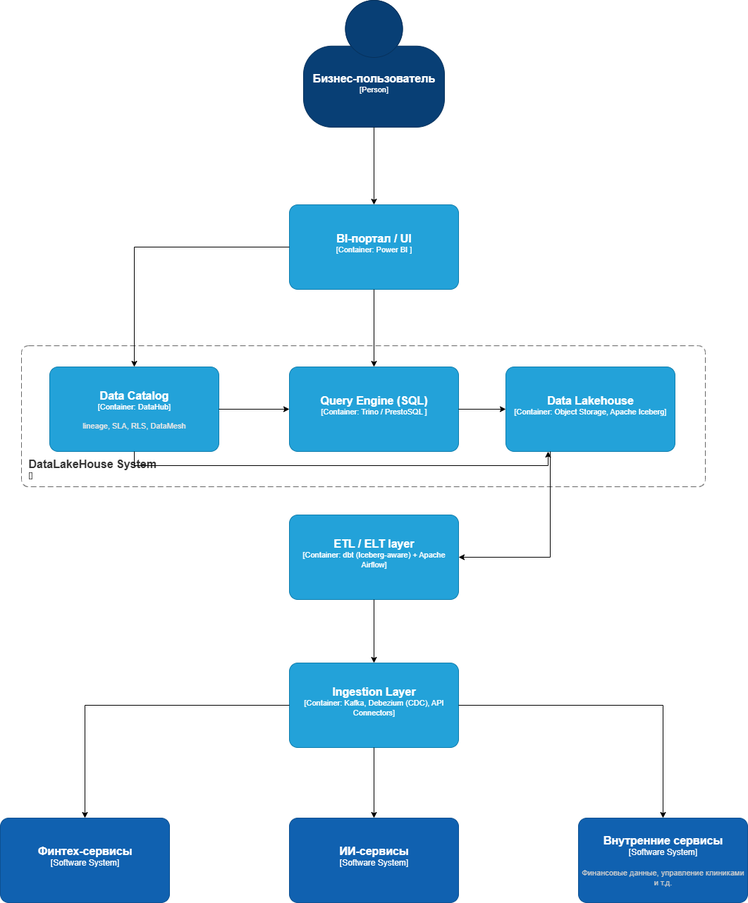
Earlier version of the draw.io export Task1/C4.drawio.png (ostryaninam/architecture-future_2_0). Source tidied: cells renumbered, new cells last; positions are measured from the earlier drawing's top-left corner, leaving out a move shared by most shapes.
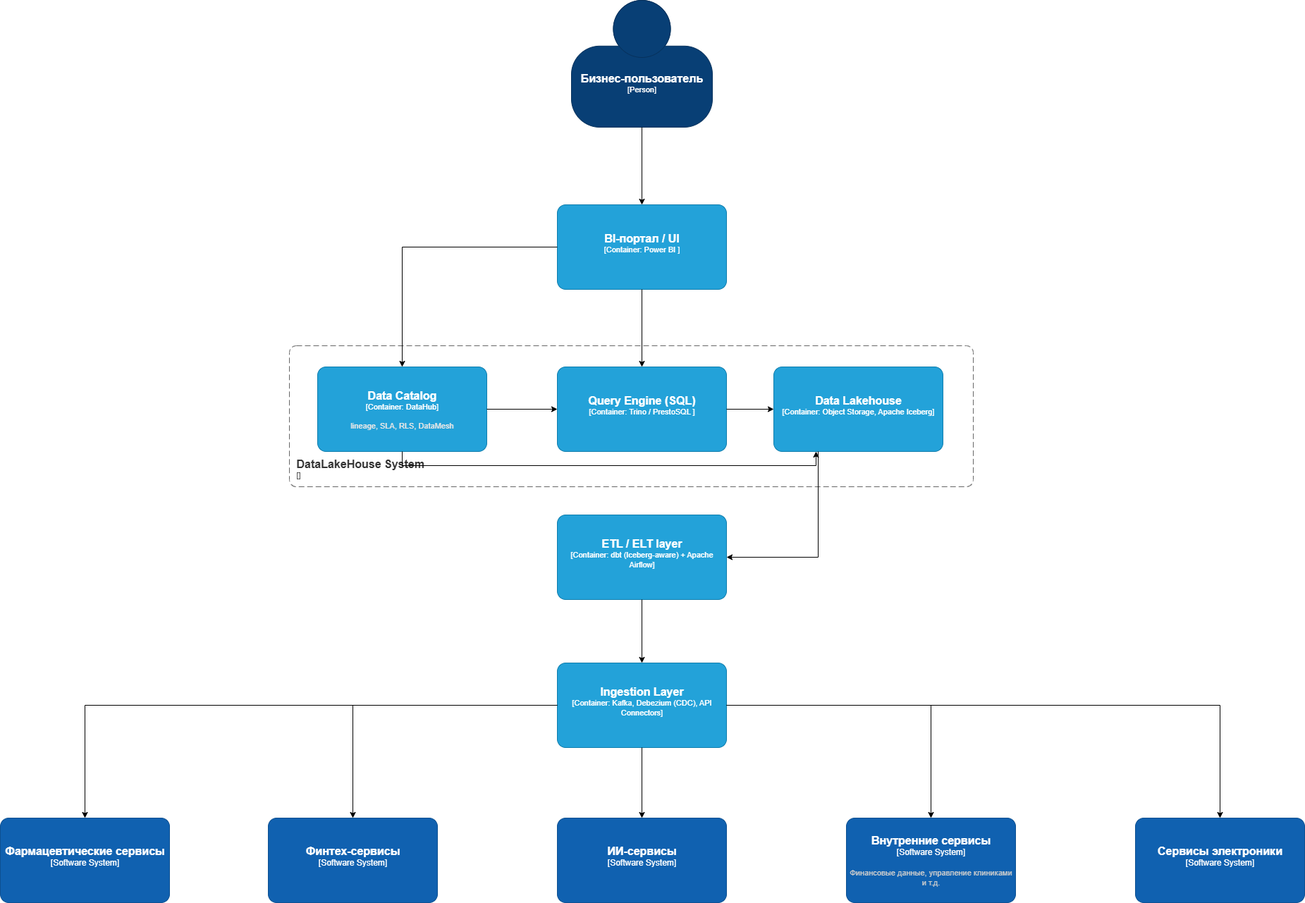
The same diagram one commit later.

Diff of the diagram source:
```diff
@@ -99,5 +99,21 @@
     <mxCell id="23" style="edgeStyle=orthogonalEdgeStyle;rounded=0;jettySize=auto;html=1;entryX=0.5;entryY=0;entryDx=0;entryDy=0;entryPerimeter=0;" parent="1" edge="1" source="18" target="12">
       <mxGeometry relative="1" as="geometry" />
     </mxCell>
+    <object id="24" label="&lt;font style=&quot;font-size: 16px&quot;&gt;&lt;b&gt;%c4Name%&lt;/b&gt;&lt;/font&gt;&lt;div&gt;[%c4Type%]&lt;/div&gt;&lt;br&gt;&lt;div&gt;&lt;font style=&quot;font-size: 11px&quot;&gt;&lt;font color=&quot;#cccccc&quot;&gt;%c4Description%&lt;/font&gt;&lt;/div&gt;" c4Description="" c4Name="Фармацевтические сервисы" c4Type="Software System" placeholders="1">
+      <mxCell style="rounded=1;whiteSpace=wrap;html=1;labelBackgroundColor=none;fillColor=#1061B0;fontColor=#ffffff;align=center;arcSize=10;strokeColor=#0D5091;points=[[0.25,0,0],[0.5,0,0],[0.75,0,0],[1,0.25,0],[1,0.5,0],[1,0.75,0],[0.75,1,0],[0.5,1,0],[0.25,1,0],[0,0.75,0],[0,0.5,0],[0,0.25,0]];" parent="1" vertex="1">
+        <mxGeometry x="-380" y="1160" width="240" height="120" as="geometry" />
+      </mxCell>
+    </object>
+    <object id="25" label="&lt;font style=&quot;font-size: 16px&quot;&gt;&lt;b&gt;%c4Name%&lt;/b&gt;&lt;/font&gt;&lt;div&gt;[%c4Type%]&lt;/div&gt;&lt;br&gt;&lt;div&gt;&lt;font style=&quot;font-size: 11px&quot;&gt;&lt;font color=&quot;#cccccc&quot;&gt;%c4Description%&lt;/font&gt;&lt;/div&gt;" c4Description="" c4Name="Сервисы электроники" c4Type="Software System" placeholders="1">
+      <mxCell style="rounded=1;whiteSpace=wrap;html=1;labelBackgroundColor=none;fillColor=#1061B0;fontColor=#ffffff;align=center;arcSize=10;strokeColor=#0D5091;points=[[0.25,0,0],[0.5,0,0],[0.75,0,0],[1,0.25,0],[1,0.5,0],[1,0.75,0],[0.75,1,0],[0.5,1,0],[0.25,1,0],[0,0.75,0],[0,0.5,0],[0,0.25,0]];" parent="1" vertex="1">
+        <mxGeometry x="1230" y="1160" width="240" height="120" as="geometry" />
+      </mxCell>
+    </object>
+    <mxCell id="26" style="edgeStyle=orthogonalEdgeStyle;rounded=0;jettySize=auto;html=1;entryX=0.5;entryY=0;entryDx=0;entryDy=0;entryPerimeter=0;" parent="1" edge="1" source="5" target="25">
+      <mxGeometry relative="1" as="geometry" />
+    </mxCell>
+    <mxCell id="27" style="edgeStyle=orthogonalEdgeStyle;rounded=0;jettySize=auto;html=1;entryX=0.5;entryY=0;entryDx=0;entryDy=0;entryPerimeter=0;" parent="1" edge="1" source="5" target="24">
+      <mxGeometry relative="1" as="geometry" />
+    </mxCell>
   </root>
 </mxGraphModel>
```
